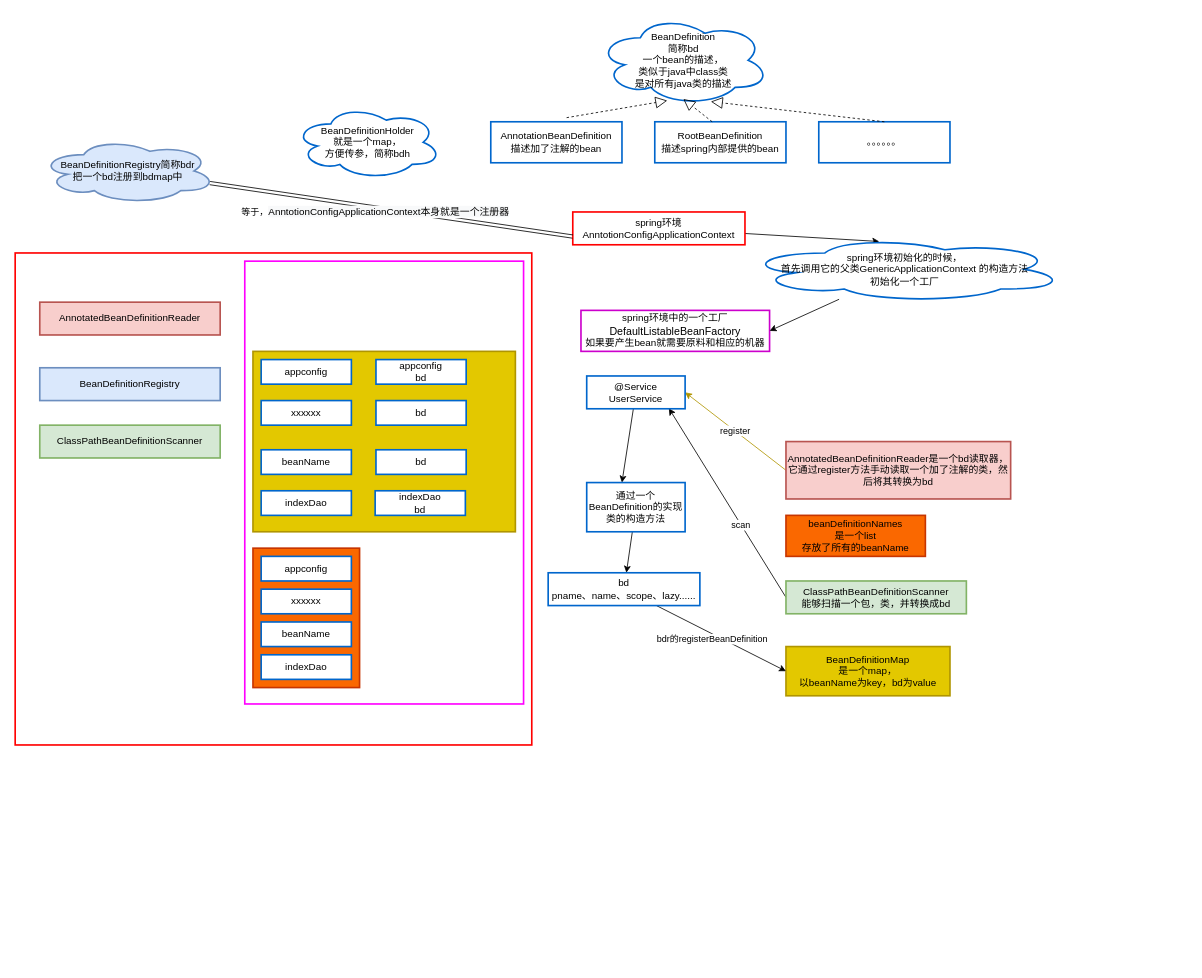
Above: 未命名绘图.drawio in Joelovealonge/note (draw.io), before the change. Source tidied: cells renumbered, new cells numbered last; positions are measured from the earlier drawing's top-left corner, leaving out a move shared by most shapes. Both pictures are drawn from the tidied source at 82%, with x=0, y=0 at pixel (15, 15).
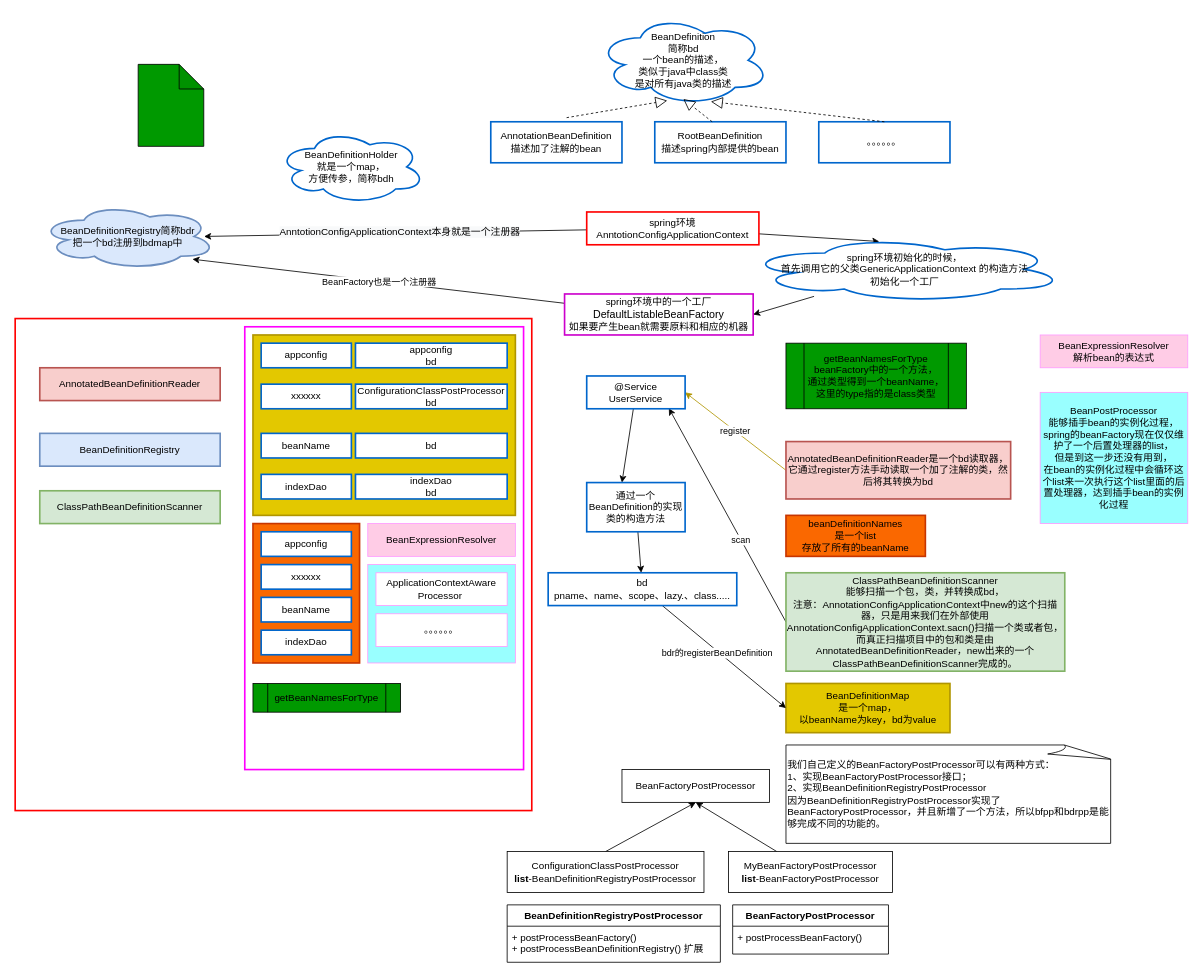
Above is the later version.

Change to the diagram source:
```diff
@@
     <mxCell id="2" style="rounded=0;whiteSpace=wrap;html=1;strokeWidth=2;strokeColor=#FF0000;fontStyle=1;" parent="1" vertex="1">
-      <mxGeometry y="290" width="630" height="600" as="geometry" />
+      <mxGeometry y="370" width="630" height="600" as="geometry" />
     </mxCell>
@@
+    <mxCell id="51" style="edgeStyle=none;rounded=0;jettySize=auto;html=1;entryX=0.932;entryY=0.498;entryDx=0;entryDy=0;entryPerimeter=0;strokeWidth=1;" parent="1" edge="1" source="4" target="17">
+      <mxGeometry relative="1" as="geometry" />
+    </mxCell>
+    <mxCell id="52" value="&lt;span style=&quot;font-size: 12px ; background-color: rgb(248 , 249 , 250)&quot;&gt;AnntotionConfigApplicationContext本身就是一个注册器&lt;/span&gt;" style="edgeLabel;html=1;align=center;verticalAlign=middle;" parent="51" vertex="1">
+      <mxGeometry x="0.23" y="-2" relative="1" as="geometry">
+        <mxPoint x="58.9" as="offset" />
+      </mxGeometry>
+    </mxCell>
     <mxCell id="4" value="spring环境&lt;br&gt;AnntotionConfigApplicationContext" style="rounded=0;whiteSpace=wrap;html=1;strokeColor=#FF0000;strokeWidth=2;" parent="1" vertex="1">
-      <mxGeometry x="680" y="240" width="210" height="40" as="geometry" />
+      <mxGeometry x="697" y="240" width="210" height="40" as="geometry" />
     </mxCell>
     <mxCell id="5" style="rounded=0;whiteSpace=wrap;html=1;strokeWidth=2;fillColor=none;strokeColor=#FF00FF;" parent="1" vertex="1">
-      <mxGeometry x="280" y="300" width="340" height="540" as="geometry" />
+      <mxGeometry x="280" y="380" width="340" height="540" as="geometry" />
     </mxCell>
+    <mxCell id="53" value="BeanFactory也是一个注册器" style="rounded=0;jettySize=auto;html=1;entryX=0.866;entryY=0.845;entryDx=0;entryDy=0;entryPerimeter=0;strokeWidth=1;" parent="1" edge="1" source="6" target="17">
+      <mxGeometry relative="1" as="geometry" />
+    </mxCell>
     <mxCell id="6" value="spring环境中的一个工厂&lt;span style=&quot;font-size: 13px&quot;&gt;DefaultListableBeanFactory&lt;br&gt;&lt;/span&gt;如果要产生bean就需要原料和相应的机器" style="rounded=0;whiteSpace=wrap;html=1;strokeWidth=2;strokeColor=#CC00CC;" parent="1" vertex="1">
-      <mxGeometry x="690" y="360" width="230" height="50" as="geometry" />
+      <mxGeometry x="670" y="340" width="230" height="50" as="geometry" />
     </mxCell>
     <mxCell id="7" style="rounded=0;whiteSpace=wrap;html=1;strokeColor=#B09500;strokeWidth=2;fillColor=#e3c800;fontColor=#ffffff;" parent="1" vertex="1">
-      <mxGeometry x="290" y="410" width="320" height="220" as="geometry" />
+      <mxGeometry x="290" y="390" width="320" height="220" as="geometry" />
     </mxCell>
     <mxCell id="8" value="appconfig" style="rounded=0;whiteSpace=wrap;html=1;strokeColor=#0066CC;strokeWidth=2;" parent="1" vertex="1">
-      <mxGeometry x="300" y="420" width="110" height="30" as="geometry" />
+      <mxGeometry x="300" y="400" width="110" height="30" as="geometry" />
     </mxCell>
@@
     <mxCell id="11" value="AnnotatedBeanDefinitionReader" style="rounded=0;whiteSpace=wrap;html=1;strokeColor=#b85450;strokeWidth=2;fillColor=#f8cecc;" parent="1" vertex="1">
-      <mxGeometry x="30" y="350" width="220" height="40" as="geometry" />
+      <mxGeometry x="30" y="430" width="220" height="40" as="geometry" />
     </mxCell>
@@
     <mxCell id="14" value="BeanDefinitionRegistry" style="rounded=0;whiteSpace=wrap;html=1;strokeColor=#6c8ebf;strokeWidth=2;fillColor=#dae8fc;" parent="1" vertex="1">
-      <mxGeometry x="30" y="430" width="220" height="40" as="geometry" />
+      <mxGeometry x="30" y="510" width="220" height="40" as="geometry" />
     </mxCell>
-    <mxCell id="15" style="edgeStyle=none;rounded=0;jettySize=auto;html=1;entryX=0;entryY=0.75;entryDx=0;entryDy=0;strokeColor=#000000;shape=link;" parent="1" edge="1" source="17" target="4">
-      <mxGeometry relative="1" as="geometry" />
-    </mxCell>
-    <mxCell id="16" value="等于，&lt;span style=&quot;font-size: 12px ; background-color: rgb(248 , 249 , 250)&quot;&gt;AnntotionConfigApplicationContext本身就是一个注册器&lt;/span&gt;" style="edgeLabel;html=1;align=center;verticalAlign=middle;" parent="15" vertex="1">
-      <mxGeometry x="-0.18" y="-2" relative="1" as="geometry">
-        <mxPoint x="20.8" y="6.4" as="offset" />
-      </mxGeometry>
-    </mxCell>
     <mxCell id="17" value="BeanDefinitionRegistry简称bdr&lt;br&gt;把一个bd注册到bdmap中" style="ellipse;shape=cloud;whiteSpace=wrap;html=1;strokeColor=#6c8ebf;strokeWidth=2;fillColor=#dae8fc;" parent="1" vertex="1">
-      <mxGeometry x="30" y="150" width="215" height="80" as="geometry" />
+      <mxGeometry x="30" y="230" width="215" height="80" as="geometry" />
     </mxCell>
     <mxCell id="18" value="ClassPathBeanDefinitionScanner" style="rounded=0;whiteSpace=wrap;html=1;strokeColor=#82b366;strokeWidth=2;fillColor=#d5e8d4;" parent="1" vertex="1">
-      <mxGeometry x="30" y="500" width="220" height="40" as="geometry" />
+      <mxGeometry x="30" y="580" width="220" height="40" as="geometry" />
     </mxCell>
@@
-    <mxCell id="21" value="ClassPathBeanDefinitionScanner&lt;br&gt;能够扫描一个包，类，并转换成bd" style="rounded=0;whiteSpace=wrap;html=1;strokeColor=#82b366;strokeWidth=2;fillColor=#d5e8d4;" parent="1" vertex="1">
-      <mxGeometry x="940" y="690" width="220" height="40" as="geometry" />
+    <mxCell id="21" value="ClassPathBeanDefinitionScanner&lt;br&gt;能够扫描一个包，类，并转换成bd，&lt;br&gt;注意：AnnotationConfigApplicationContext中new的这个扫描器，只是用来我们在外部使用AnnotationConfigApplicationContext.sacn()扫描一个类或者包，&lt;br&gt;而真正扫描项目中的包和类是由AnnotatedBeanDefinitionReader，new出来的一个ClassPathBeanDefinitionScanner完成的。" style="rounded=0;whiteSpace=wrap;html=1;strokeColor=#82b366;strokeWidth=2;fillColor=#d5e8d4;" parent="1" vertex="1">
+      <mxGeometry x="940" y="680" width="340" height="120" as="geometry" />
     </mxCell>
     <mxCell id="22" value="BeanDefinitionHolder&lt;br&gt;就是一个map，&lt;br&gt;方便传参，简称bdh" style="ellipse;shape=cloud;whiteSpace=wrap;html=1;strokeColor=#0066CC;strokeWidth=2;" parent="1" vertex="1">
-      <mxGeometry x="340" y="110" width="180" height="90" as="geometry" />
+      <mxGeometry x="320" y="140" width="180" height="90" as="geometry" />
     </mxCell>
@@
     <mxCell id="30" value="xxxxxx" style="rounded=0;whiteSpace=wrap;html=1;strokeColor=#0066CC;strokeWidth=2;" parent="1" vertex="1">
-      <mxGeometry x="300" y="470" width="110" height="30" as="geometry" />
+      <mxGeometry x="300" y="450" width="110" height="30" as="geometry" />
     </mxCell>
-    <mxCell id="31" value="beanName" style="rounded=0;whiteSpace=wrap;html=1;strokeColor=#0066CC;strokeWidth=2;" parent="1" vertex="1">
-      <mxGeometry x="300" y="530" width="110" height="30" as="geometry" />
-    </mxCell>
-    <mxCell id="32" value="indexDao" style="rounded=0;whiteSpace=wrap;html=1;strokeColor=#0066CC;strokeWidth=2;" parent="1" vertex="1">
-      <mxGeometry x="300" y="580" width="110" height="30" as="geometry" />
-    </mxCell>
     <mxCell id="33" value="appconfig&lt;br&gt;bd" style="rounded=0;whiteSpace=wrap;html=1;strokeColor=#0066CC;strokeWidth=2;" parent="1" vertex="1">
-      <mxGeometry x="440" y="420" width="110" height="30" as="geometry" />
+      <mxGeometry x="415" y="400" width="185" height="30" as="geometry" />
     </mxCell>
-    <mxCell id="34" value="bd" style="rounded=0;whiteSpace=wrap;html=1;strokeColor=#0066CC;strokeWidth=2;" parent="1" vertex="1">
-      <mxGeometry x="440" y="470" width="110" height="30" as="geometry" />
+    <mxCell id="34" value="ConfigurationClassPostProcessor&lt;br&gt;bd" style="rounded=0;whiteSpace=wrap;html=1;strokeColor=#0066CC;strokeWidth=2;" parent="1" vertex="1">
+      <mxGeometry x="415" y="450" width="185" height="30" as="geometry" />
     </mxCell>
-    <mxCell id="35" value="bd" style="rounded=0;whiteSpace=wrap;html=1;strokeColor=#0066CC;strokeWidth=2;" parent="1" vertex="1">
-      <mxGeometry x="440" y="530" width="110" height="30" as="geometry" />
-    </mxCell>
     <mxCell id="36" value="indexDao&lt;br&gt;bd" style="rounded=0;whiteSpace=wrap;html=1;strokeColor=#0066CC;strokeWidth=2;" parent="1" vertex="1">
-      <mxGeometry x="439" y="580" width="110" height="30" as="geometry" />
+      <mxGeometry x="415" y="560" width="185" height="30" as="geometry" />
     </mxCell>
     <mxCell id="37" value="&lt;font color=&quot;#000000&quot;&gt;BeanDefinitionMap&lt;br&gt;是一个map，&lt;br&gt;以beanName为key，bd为value&lt;/font&gt;" style="rounded=0;whiteSpace=wrap;html=1;strokeColor=#B09500;strokeWidth=2;fillColor=#e3c800;fontColor=#ffffff;" parent="1" vertex="1">
-      <mxGeometry x="940" y="770" width="200" height="60" as="geometry" />
+      <mxGeometry x="940" y="815" width="200" height="60" as="geometry" />
     </mxCell>
     <mxCell id="38" style="rounded=0;whiteSpace=wrap;html=1;strokeColor=#C73500;strokeWidth=2;fillColor=#fa6800;fontColor=#ffffff;" parent="1" vertex="1">
-      <mxGeometry x="290" y="650" width="130" height="170" as="geometry" />
+      <mxGeometry x="290" y="620" width="130" height="170" as="geometry" />
     </mxCell>
     <mxCell id="39" value="appconfig" style="rounded=0;whiteSpace=wrap;html=1;strokeColor=#0066CC;strokeWidth=2;" parent="1" vertex="1">
-      <mxGeometry x="300" y="660" width="110" height="30" as="geometry" />
+      <mxGeometry x="300" y="630" width="110" height="30" as="geometry" />
     </mxCell>
     <mxCell id="40" value="xxxxxx" style="rounded=0;whiteSpace=wrap;html=1;strokeColor=#0066CC;strokeWidth=2;" parent="1" vertex="1">
-      <mxGeometry x="300" y="700" width="110" height="30" as="geometry" />
+      <mxGeometry x="300" y="670" width="110" height="30" as="geometry" />
     </mxCell>
     <mxCell id="41" value="beanName" style="rounded=0;whiteSpace=wrap;html=1;strokeColor=#0066CC;strokeWidth=2;" parent="1" vertex="1">
-      <mxGeometry x="300" y="740" width="110" height="30" as="geometry" />
+      <mxGeometry x="300" y="710" width="110" height="30" as="geometry" />
     </mxCell>
     <mxCell id="42" value="indexDao" style="rounded=0;whiteSpace=wrap;html=1;strokeColor=#0066CC;strokeWidth=2;" parent="1" vertex="1">
-      <mxGeometry x="300" y="780" width="110" height="30" as="geometry" />
+      <mxGeometry x="300" y="750" width="110" height="30" as="geometry" />
     </mxCell>
@@
-    <mxCell id="50" value="bd&lt;br&gt;pname、name、scope、lazy......" style="rounded=0;whiteSpace=wrap;html=1;strokeColor=#0066CC;strokeWidth=2;" parent="1" vertex="1">
-      <mxGeometry x="650" y="680" width="185" height="40" as="geometry" />
+    <mxCell id="50" value="bd&lt;br&gt;pname、name、scope、lazy.、class....." style="rounded=0;whiteSpace=wrap;html=1;strokeColor=#0066CC;strokeWidth=2;" parent="1" vertex="1">
+      <mxGeometry x="650" y="680" width="230" height="40" as="geometry" />
     </mxCell>
+    <mxCell id="54" value="BeanExpressionResolver" style="rounded=0;whiteSpace=wrap;html=1;strokeColor=#FF99FF;fillColor=#FFCCE6;" parent="1" vertex="1">
+      <mxGeometry x="430" y="620" width="180" height="40" as="geometry" />
+    </mxCell>
+    <mxCell id="55" style="rounded=0;whiteSpace=wrap;html=1;strokeColor=#FF99FF;fillColor=#99FFFF;" parent="1" vertex="1">
+      <mxGeometry x="430" y="670" width="180" height="120" as="geometry" />
+    </mxCell>
+    <mxCell id="56" value="ApplicationContextAware&lt;br&gt;Processor&amp;nbsp;" style="rounded=0;whiteSpace=wrap;html=1;strokeColor=#FF99FF;fillColor=#FFFFFF;" parent="1" vertex="1">
+      <mxGeometry x="440" y="680" width="160" height="40" as="geometry" />
+    </mxCell>
+    <mxCell id="57" value="。。。。。。" style="rounded=0;whiteSpace=wrap;html=1;strokeColor=#FF99FF;fillColor=#FFFFFF;" parent="1" vertex="1">
+      <mxGeometry x="440" y="730" width="160" height="40" as="geometry" />
+    </mxCell>
+    <mxCell id="58" value="BeanPostProcessor&lt;br&gt;能够插手bean的实例化过程，&lt;br&gt;spring的beanFactory现在仅仅维护了一个后置处理器的list，&lt;br&gt;但是到这一步还没有用到，&lt;br&gt;在bean的实例化过程中会循环这个list来一次执行这个list里面的后置处理器，达到插手bean的实例化过程" style="rounded=0;whiteSpace=wrap;html=1;strokeColor=#FF99FF;fillColor=#99FFFF;" parent="1" vertex="1">
+      <mxGeometry x="1250" y="460" width="180" height="160" as="geometry" />
+    </mxCell>
+    <mxCell id="59" value="BeanExpressionResolver&lt;br&gt;解析bean的表达式" style="rounded=0;whiteSpace=wrap;html=1;strokeColor=#FF99FF;fillColor=#FFCCE6;" parent="1" vertex="1">
+      <mxGeometry x="1250" y="390" width="180" height="40" as="geometry" />
+    </mxCell>
+    <mxCell id="60" value="BeanFactoryPostProcessor" style="rounded=0;whiteSpace=wrap;html=1;fillColor=#FFFFFF;" parent="1" vertex="1">
+      <mxGeometry x="740" y="920" width="180" height="40" as="geometry" />
+    </mxCell>
+    <mxCell id="61" style="edgeStyle=none;rounded=0;jettySize=auto;html=1;exitX=0.5;exitY=0;exitDx=0;exitDy=0;entryX=0.5;entryY=1;entryDx=0;entryDy=0;strokeWidth=1;" parent="1" edge="1" source="62" target="60">
+      <mxGeometry relative="1" as="geometry" />
+    </mxCell>
+    <mxCell id="62" value="ConfigurationClassPostProcessor&lt;br&gt;&lt;b&gt;list&lt;/b&gt;-BeanDefinitionRegistryPostProcessor" style="rounded=0;whiteSpace=wrap;html=1;fillColor=#FFFFFF;" parent="1" vertex="1">
+      <mxGeometry x="600" y="1020" width="240" height="50" as="geometry" />
+    </mxCell>
+    <mxCell id="63" style="edgeStyle=none;rounded=0;jettySize=auto;html=1;strokeWidth=1;entryX=0.5;entryY=1;entryDx=0;entryDy=0;" parent="1" edge="1" source="64" target="60">
+      <mxGeometry relative="1" as="geometry" />
+    </mxCell>
+    <mxCell id="64" value="MyBeanFactoryPostProcessor&lt;br&gt;&lt;b&gt;list&lt;/b&gt;-BeanFactoryPostProcessor" style="rounded=0;whiteSpace=wrap;html=1;fillColor=#FFFFFF;" parent="1" vertex="1">
+      <mxGeometry x="870" y="1020" width="200" height="50" as="geometry" />
+    </mxCell>
+    <mxCell id="65" value="我们自己定义的BeanFactoryPostProcessor可以有两种方式：&lt;br&gt;1、实现BeanFactoryPostProcessor接口；&lt;br&gt;2、实现BeanDefinitionRegistryPostProcessor&lt;br&gt;因为BeanDefinitionRegistryPostProcessor实现了BeanFactoryPostProcessor，并且新增了一个方法，所以bfpp和bdrpp是能够完成不同的功能的。" style="whiteSpace=wrap;html=1;shape=mxgraph.basic.document;strokeColor=#000000;fillColor=#FFFFFF;align=left;" parent="1" vertex="1">
+      <mxGeometry x="940" y="890" width="400" height="120" as="geometry" />
+    </mxCell>
+    <mxCell id="66" value="BeanDefinitionRegistryPostProcessor" style="swimlane;fontStyle=1;align=center;verticalAlign=top;horizontal=1;startSize=26;strokeColor=#000000;fillColor=#FFFFFF;" parent="1" vertex="1">
+      <mxGeometry x="600" y="1085" width="260" height="70" as="geometry" />
+    </mxCell>
+    <mxCell id="67" value="+ postProcessBeanFactory()&#10;+ postProcessBeanDefinitionRegistry() 扩展&#10;" style="text;strokeColor=none;fillColor=none;align=left;verticalAlign=top;spacingLeft=4;spacingRight=4;overflow=hidden;" parent="66" vertex="1">
+      <mxGeometry y="26" width="260" height="44" as="geometry" />
+    </mxCell>
+    <mxCell id="68" value="BeanFactoryPostProcessor" style="swimlane;fontStyle=1;align=center;verticalAlign=top;horizontal=1;startSize=26;strokeColor=#000000;fillColor=#FFFFFF;" parent="1" vertex="1">
+      <mxGeometry x="875" y="1085" width="190" height="60" as="geometry" />
+    </mxCell>
+    <mxCell id="69" value="+ postProcessBeanFactory()" style="text;strokeColor=none;fillColor=none;align=left;verticalAlign=top;spacingLeft=4;spacingRight=4;overflow=hidden;" parent="68" vertex="1">
+      <mxGeometry y="26" width="190" height="34" as="geometry" />
+    </mxCell>
+    <mxCell id="35" value="bd" style="rounded=0;whiteSpace=wrap;html=1;strokeColor=#0066CC;strokeWidth=2;" parent="1" vertex="1">
+      <mxGeometry x="415" y="510" width="185" height="30" as="geometry" />
+    </mxCell>
+    <mxCell id="31" value="beanName" style="rounded=0;whiteSpace=wrap;html=1;strokeColor=#0066CC;strokeWidth=2;" parent="1" vertex="1">
+      <mxGeometry x="300" y="510" width="110" height="30" as="geometry" />
+    </mxCell>
+    <mxCell id="32" value="indexDao" style="rounded=0;whiteSpace=wrap;html=1;strokeColor=#0066CC;strokeWidth=2;" parent="1" vertex="1">
+      <mxGeometry x="300" y="560" width="110" height="30" as="geometry" />
+    </mxCell>
+    <mxCell id="70" value="getBeanNamesForType" style="shape=process;whiteSpace=wrap;html=1;backgroundOutline=1;strokeColor=#000000;fillColor=#009900;" parent="1" vertex="1">
+      <mxGeometry x="290" y="815" width="180" height="35" as="geometry" />
+    </mxCell>
+    <mxCell id="71" value="getBeanNamesForType&lt;br&gt;beanFactory中的一个方法，&lt;br&gt;通过类型得到一个beanName，&lt;br&gt;这里的type指的是class类型" style="shape=process;whiteSpace=wrap;html=1;backgroundOutline=1;strokeColor=#000000;fillColor=#009900;" parent="1" vertex="1">
+      <mxGeometry x="940" y="400" width="220" height="80" as="geometry" />
+    </mxCell>
+    <mxCell id="72" style="shape=note;whiteSpace=wrap;html=1;backgroundOutline=1;darkOpacity=0.05;strokeColor=#000000;fillColor=#009900;" parent="1" vertex="1">
+      <mxGeometry x="150" y="60" width="80" height="100" as="geometry" />
+    </mxCell>
```
